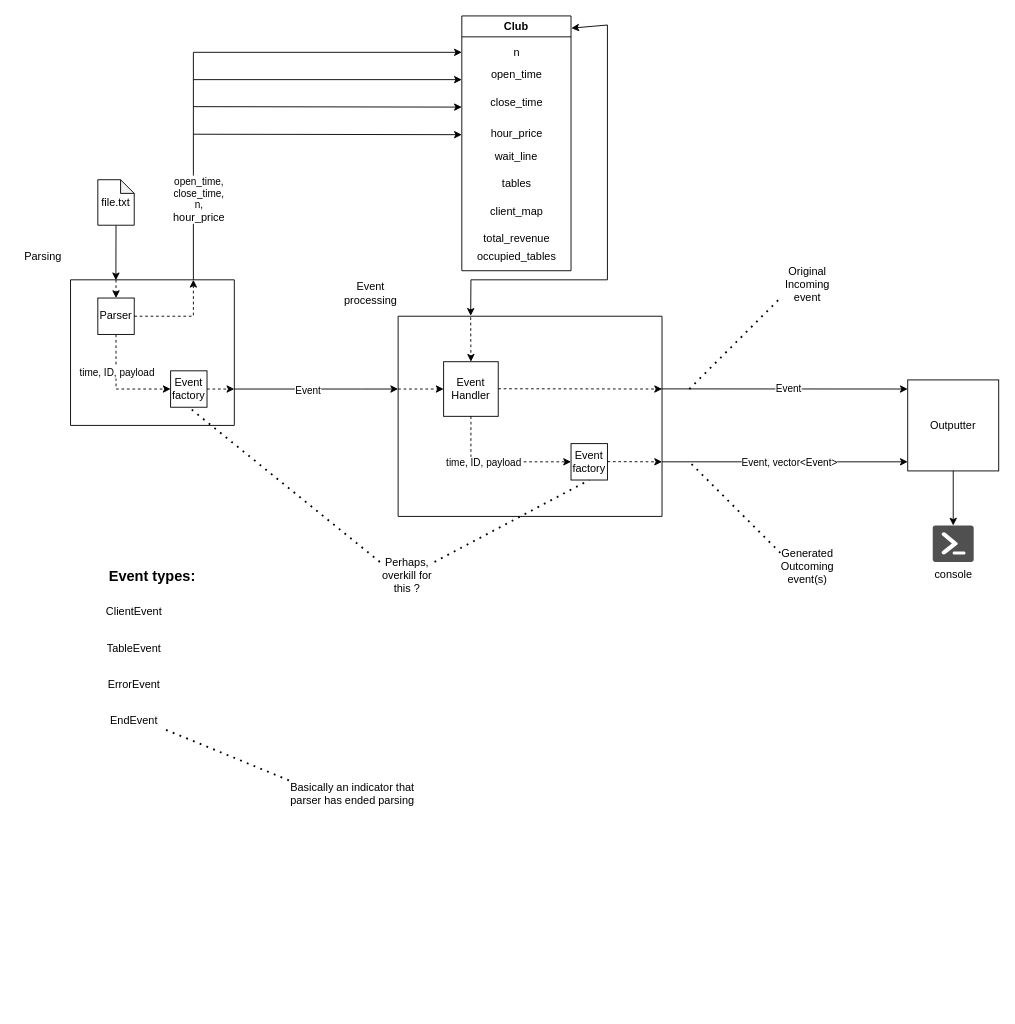
The draw.io diagram system.drawio in kargamant/computer_club, before the edit. Source tidied: cells renumbered, new cells numbered last; positions are measured from the earlier drawing's top-left corner, leaving out a move shared by most shapes. Both pictures are drawn from the tidied source at 91%, with x=0, y=0 at pixel (15, 15).
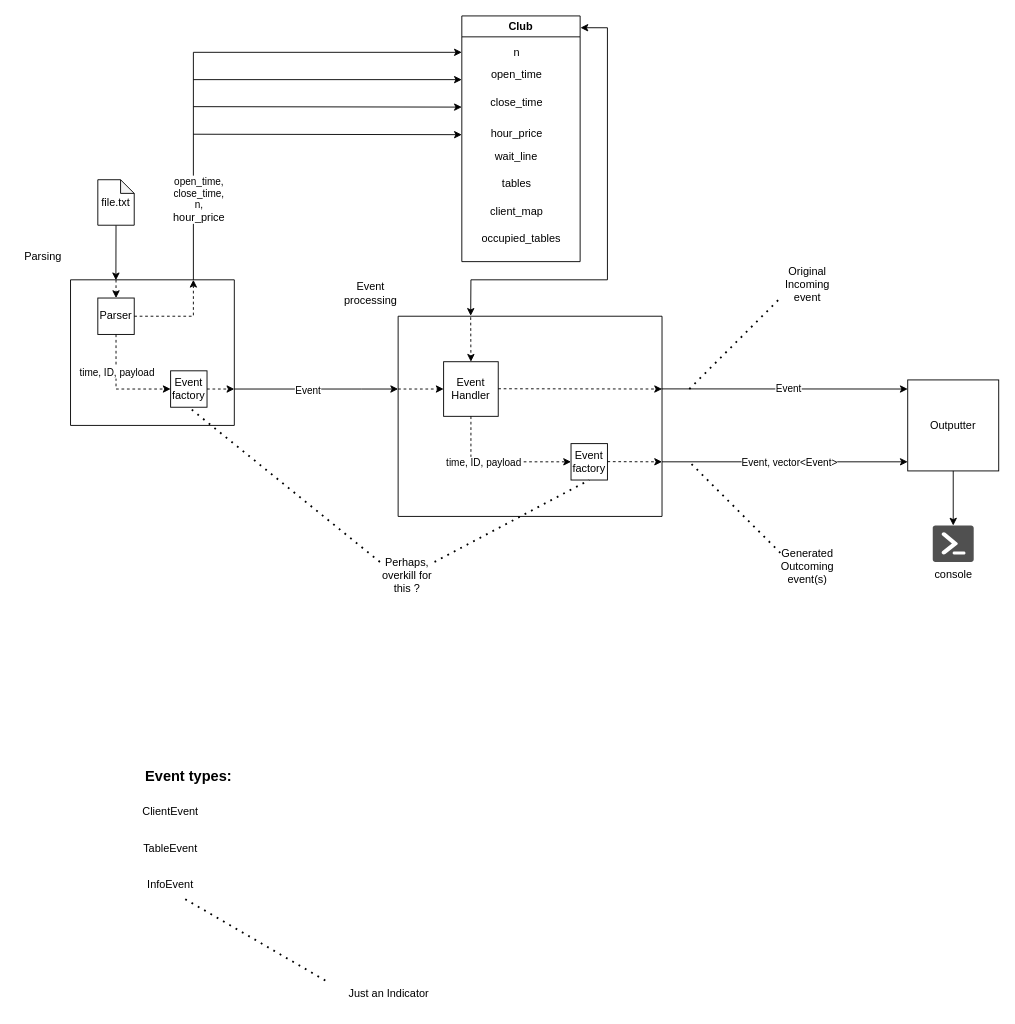
The same diagram, later.

Unchanged cells that the change refers to:
```xml
<mxCell id="3" style="swimlane;startSize=0;" parent="1" vertex="1">
  <mxGeometry x="420" y="330" width="290" height="220" as="geometry" />
</mxCell>
```

Change to the diagram source:
```diff
@@
     <mxCell id="29" value="&lt;b&gt;&lt;font style=&quot;font-size: 16px;&quot;&gt;Event types:&lt;/font&gt;&lt;/b&gt;" style="text;html=1;align=center;verticalAlign=middle;whiteSpace=wrap;rounded=0;" parent="1" vertex="1">
-      <mxGeometry x="50" y="600" width="200" height="30" as="geometry" />
+      <mxGeometry x="90" y="820" width="200" height="30" as="geometry" />
     </mxCell>
     <mxCell id="30" value="ClientEvent" style="text;html=1;align=center;verticalAlign=middle;whiteSpace=wrap;rounded=0;" parent="1" vertex="1">
-      <mxGeometry x="100" y="640" width="60" height="30" as="geometry" />
+      <mxGeometry x="140" y="860" width="60" height="30" as="geometry" />
     </mxCell>
     <mxCell id="31" value="TableEvent" style="text;html=1;align=center;verticalAlign=middle;whiteSpace=wrap;rounded=0;" parent="1" vertex="1">
-      <mxGeometry x="100" y="680" width="60" height="30" as="geometry" />
+      <mxGeometry x="140" y="900" width="60" height="30" as="geometry" />
     </mxCell>
-    <mxCell id="32" value="ErrorEvent" style="text;html=1;align=center;verticalAlign=middle;whiteSpace=wrap;rounded=0;" parent="1" vertex="1">
-      <mxGeometry x="100" y="720" width="60" height="30" as="geometry" />
+    <mxCell id="32" value="InfoEvent" style="text;html=1;align=center;verticalAlign=middle;whiteSpace=wrap;rounded=0;" parent="1" vertex="1">
+      <mxGeometry x="140" y="940" width="60" height="30" as="geometry" />
     </mxCell>
@@
     <mxCell id="35" value="Club" style="swimlane;whiteSpace=wrap;html=1;" parent="1" vertex="1">
-      <mxGeometry x="490" width="120" height="280" as="geometry" />
+      <mxGeometry x="490" width="130" height="270" as="geometry" />
     </mxCell>
@@
-    <mxCell id="43" value="total_revenue" style="text;html=1;align=center;verticalAlign=middle;strokeColor=none;fillColor=none;" parent="35" vertex="1">
-      <mxGeometry x="10" y="230" width="100" height="30" as="geometry" />
-    </mxCell>
     <mxCell id="44" value="occupied_tables" style="text;html=1;align=center;verticalAlign=middle;strokeColor=none;fillColor=none;" parent="35" vertex="1">
-      <mxGeometry x="5" y="250" width="110" height="30" as="geometry" />
+      <mxGeometry x="10" y="230" width="110" height="30" as="geometry" />
     </mxCell>
@@
     <mxCell id="49" style="endArrow=classic;html=1;rounded=0;exitX=1.003;exitY=0.048;exitDx=0;exitDy=0;exitPerimeter=0;entryX=0.275;entryY=-0.002;entryDx=0;entryDy=0;entryPerimeter=0;startArrow=classic;startFill=1;" parent="1" edge="1" source="35" target="3">
       <mxGeometry relative="1" as="geometry">
         <Array as="points">
-          <mxPoint x="650" y="10" />
+          <mxPoint x="650" y="13" />
           <mxPoint x="650" y="290" />
           <mxPoint x="500" y="290" />
         </Array>
       </mxGeometry>
     </mxCell>
@@
-    <mxCell id="58" value="EndEvent" style="text;html=1;align=center;verticalAlign=middle;whiteSpace=wrap;rounded=0;" parent="1" vertex="1">
-      <mxGeometry x="100" y="760" width="60" height="30" as="geometry" />
-    </mxCell>
-    <mxCell id="59" style="endArrow=none;dashed=1;html=1;dashPattern=1 3;strokeWidth=2;rounded=0;entryX=1;entryY=0.75;entryDx=0;entryDy=0;exitX=0;exitY=0;exitDx=0;exitDy=0;" parent="1" edge="1" source="60" target="58">
+    <mxCell id="59" style="endArrow=none;dashed=1;html=1;dashPattern=1 3;strokeWidth=2;rounded=0;entryX=0.75;entryY=1;entryDx=0;entryDy=0;exitX=0;exitY=0;exitDx=0;exitDy=0;" parent="1" edge="1" source="60" target="32">
       <mxGeometry relative="1" as="geometry" />
     </mxCell>
-    <mxCell id="60" value="Basically an indicator that parser has ended parsing" style="text;html=1;align=center;verticalAlign=middle;whiteSpace=wrap;rounded=0;" parent="1" vertex="1">
-      <mxGeometry x="300" y="840" width="140" height="30" as="geometry" />
+    <mxCell id="60" value="Just an Indicator" style="text;html=1;align=center;verticalAlign=middle;whiteSpace=wrap;rounded=0;" parent="1" vertex="1">
+      <mxGeometry x="340" y="1060" width="140" height="30" as="geometry" />
     </mxCell>
```
